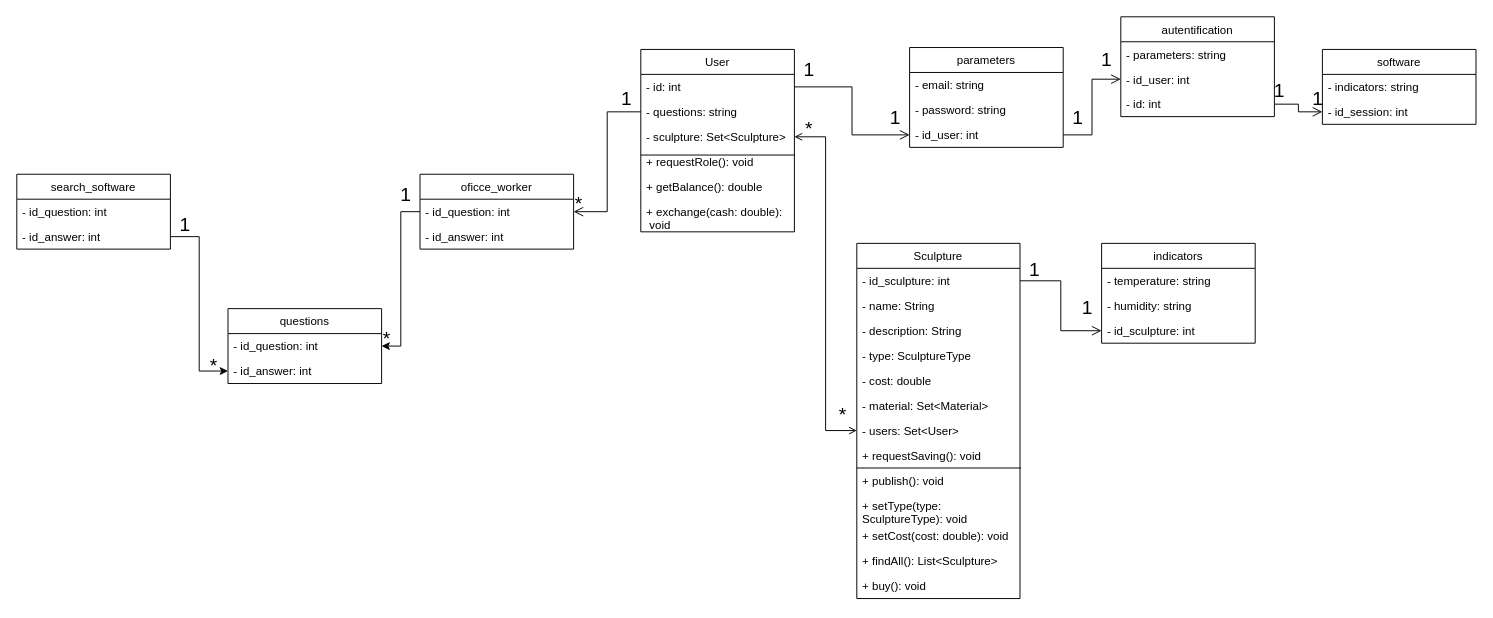
Before: 2-SoftwareDesign/2.5-UMLProgramClasses/UML-ProgramClasses.drawio in oleksandrblazhko/ai201-kelembet, a draw.io diagram. Source tidied: cells renumbered, new cells numbered last; positions are measured from the earlier drawing's top-left corner, leaving out a move shared by most shapes. Both pictures are drawn from the tidied source at 96%, with x=0, y=0 at pixel (16, 16).
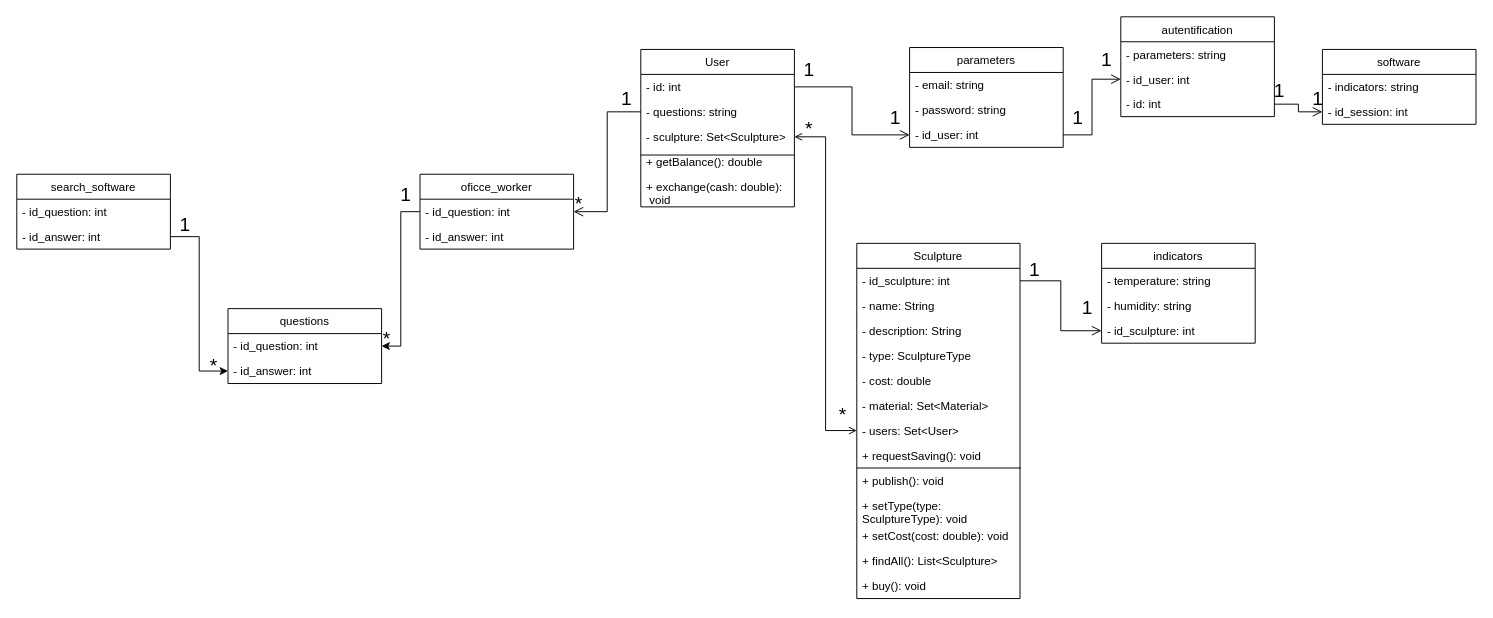
Above is the later version.

Change to the diagram source:
```diff
@@
     <mxCell id="5" value="User" style="swimlane;fontStyle=0;horizontal=1;startSize=26;fillColor=none;" parent="1" vertex="1">
-      <mxGeometry x="650" y="34" width="160" height="190" as="geometry" />
+      <mxGeometry x="650" y="34" width="160" height="164" as="geometry" />
     </mxCell>
@@
-    <mxCell id="10" value="+ requestRole(): void" style="text;strokeColor=none;fillColor=none;align=left;verticalAlign=top;spacingLeft=4;spacingRight=4;overflow=hidden;" parent="5" vertex="1">
-      <mxGeometry y="104" width="160" height="26" as="geometry" />
-    </mxCell>
     <mxCell id="11" value="+ getBalance(): double" style="text;strokeColor=none;fillColor=none;align=left;verticalAlign=top;spacingLeft=4;spacingRight=4;overflow=hidden;" parent="5" vertex="1">
-      <mxGeometry y="130" width="160" height="26" as="geometry" />
+      <mxGeometry y="104" width="160" height="26" as="geometry" />
     </mxCell>
     <mxCell id="12" value="+ exchange(cash: double):&#10; void" style="text;strokeColor=none;fillColor=none;align=left;verticalAlign=top;spacingLeft=4;spacingRight=4;overflow=hidden;" parent="5" vertex="1">
-      <mxGeometry y="156" width="160" height="34" as="geometry" />
+      <mxGeometry y="130" width="160" height="34" as="geometry" />
     </mxCell>
```
